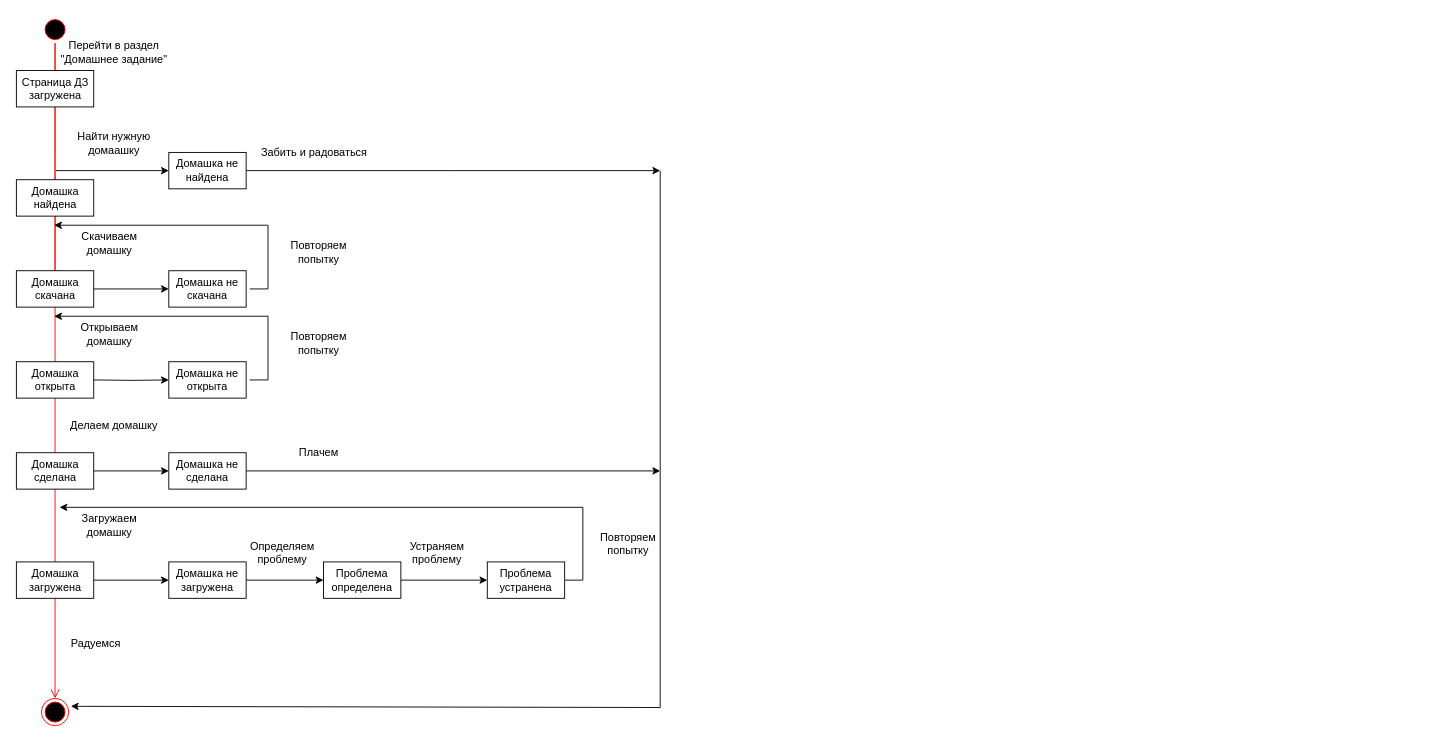
Above: Untitled Diagram.drawio in NikitaSparkle/drawio (draw.io), before the change. Source tidied: cells renumbered, new cells numbered last; positions are measured from the earlier drawing's top-left corner, leaving out a move shared by most shapes. Both pictures are drawn from the tidied source at 91%, with x=0, y=0 at pixel (15, 15).
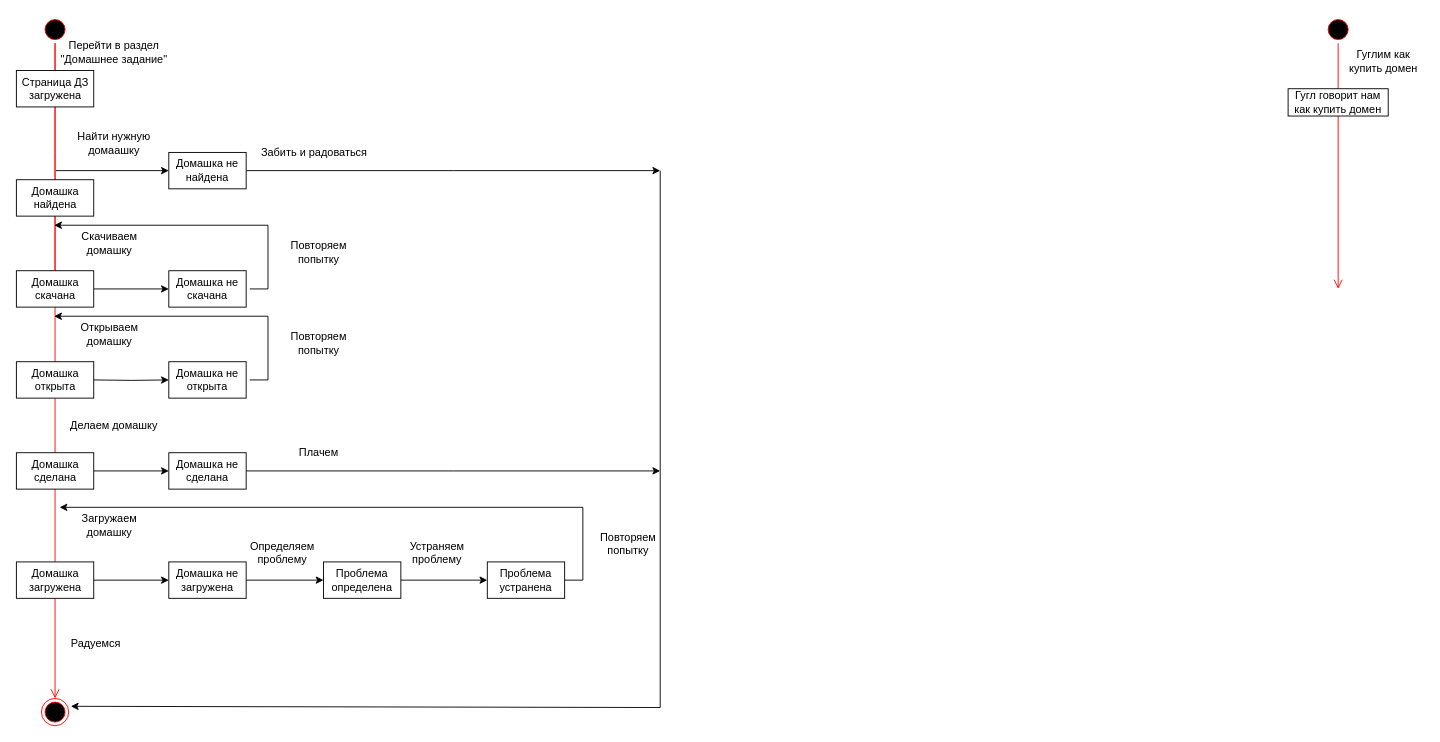
Above is the later version.

Diff of the diagram source:
```diff
@@
+    <mxCell id="47" style="ellipse;html=1;shape=startState;fillColor=#000000;strokeColor=#ff0000;" parent="1" vertex="1">
+      <mxGeometry x="1438" width="30" height="30" as="geometry" />
+    </mxCell>
+    <mxCell id="48" style="edgeStyle=orthogonalEdgeStyle;html=1;verticalAlign=bottom;endArrow=open;endSize=8;strokeColor=#ff0000;" parent="1" edge="1">
+      <mxGeometry relative="1" as="geometry">
+        <mxPoint x="1453" y="30" as="sourcePoint" />
+        <mxPoint x="1453" y="300" as="targetPoint" />
+        <Array as="points">
+          <mxPoint x="1453" y="90" />
+        </Array>
+      </mxGeometry>
+    </mxCell>
+    <mxCell id="49" value="Гуглим как купить домен" style="text;html=1;strokeColor=none;fillColor=none;align=center;verticalAlign=middle;whiteSpace=wrap;rounded=0;" parent="1" vertex="1">
+      <mxGeometry x="1458" y="40" width="90" height="20" as="geometry" />
+    </mxCell>
+    <mxCell id="50" value="Гугл говорит нам как купить домен" style="rounded=0;whiteSpace=wrap;html=1;" parent="1" vertex="1">
+      <mxGeometry x="1398" y="80" width="110" height="30" as="geometry" />
+    </mxCell>
```
